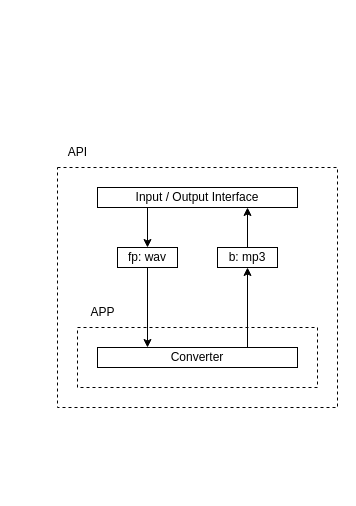
ames0k0/TP--Audio-File-Converter keeps this draw.io diagram as page "API" (2 of 3) of _readme/Diagram.drawio. Above is the earlier version. Source tidied: cells renumbered, new cells numbered last; positions are measured from the earlier drawing's top-left corner, leaving out a move shared by most shapes. Both pictures are drawn from the tidied source at 100%, with x=0, y=0 at pixel (57, 137).
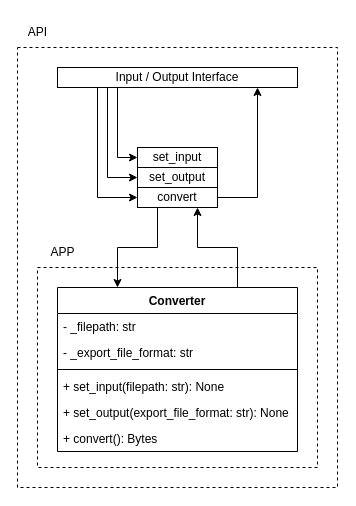
Above is the later version.

Commit message (it also covers changes not shown here):
api: Updated `Converter()`, `*.drawio.*`

The edit, as a diff of the source:
```diff
@@
     <mxCell id="2" style="endArrow=none;dashed=1;html=1;rounded=0;" parent="1" edge="1">
       <mxGeometry relative="1" as="geometry">
-        <mxPoint y="30" as="sourcePoint" />
-        <mxPoint y="30" as="targetPoint" />
+        <mxPoint x="-40" y="-90" as="sourcePoint" />
+        <mxPoint x="-40" y="-90" as="targetPoint" />
         <Array as="points">
-          <mxPoint x="141" y="30" />
-          <mxPoint x="280" y="30" />
-          <mxPoint x="280" y="270" />
-          <mxPoint y="270" />
-          <mxPoint y="150" />
+          <mxPoint x="280" y="-90" />
+          <mxPoint x="280" y="350" />
+          <mxPoint x="120" y="350" />
+          <mxPoint x="-40" y="350" />
         </Array>
       </mxGeometry>
     </mxCell>
     <mxCell id="3" value="API" style="text;html=1;align=center;verticalAlign=middle;strokeColor=none;fillColor=none;" parent="1" vertex="1">
-      <mxGeometry width="40" height="30" as="geometry" />
+      <mxGeometry x="-40" y="-120" width="40" height="30" as="geometry" />
     </mxCell>
-    <mxCell id="4" style="edgeStyle=orthogonalEdgeStyle;rounded=0;jettySize=auto;html=1;exitX=0.75;exitY=0;exitDx=0;exitDy=0;" parent="1" edge="1" source="5" target="7">
-      <mxGeometry relative="1" as="geometry" />
-    </mxCell>
-    <mxCell id="5" value="Converter" style="whiteSpace=wrap;html=1;" parent="1" vertex="1">
-      <mxGeometry x="40" y="210" width="200" height="20" as="geometry" />
-    </mxCell>
+    <mxCell id="14" style="edgeStyle=orthogonalEdgeStyle;rounded=0;jettySize=auto;html=1;exitX=0.25;exitY=1;exitDx=0;exitDy=0;entryX=0.25;entryY=0;entryDx=0;entryDy=0;" parent="1" edge="1" source="7" target="5">
+      <mxGeometry relative="1" as="geometry" />
+    </mxCell>
-    <mxCell id="6" style="edgeStyle=orthogonalEdgeStyle;rounded=0;jettySize=auto;html=1;entryX=0.75;entryY=1;entryDx=0;entryDy=0;" parent="1" edge="1" source="7" target="9">
-      <mxGeometry relative="1" as="geometry" />
+    <mxCell id="6" style="edgeStyle=orthogonalEdgeStyle;rounded=0;jettySize=auto;html=1;" parent="1" edge="1" source="7" target="9">
+      <mxGeometry relative="1" as="geometry">
+        <Array as="points">
+          <mxPoint x="200" y="60" />
+        </Array>
+      </mxGeometry>
     </mxCell>
-    <mxCell id="7" value="b: mp3" style="whiteSpace=wrap;html=1;" parent="1" vertex="1">
-      <mxGeometry x="160" y="110" width="60" height="20" as="geometry" />
+    <mxCell id="7" value="convert" style="whiteSpace=wrap;html=1;" parent="1" vertex="1">
+      <mxGeometry x="80" y="50" width="80" height="20" as="geometry" />
     </mxCell>
-    <mxCell id="8" style="edgeStyle=orthogonalEdgeStyle;rounded=0;jettySize=auto;html=1;exitX=0.25;exitY=1;exitDx=0;exitDy=0;" parent="1" edge="1" source="9" target="11">
-      <mxGeometry relative="1" as="geometry" />
+    <mxCell id="8" style="edgeStyle=orthogonalEdgeStyle;rounded=0;jettySize=auto;html=1;" parent="1" edge="1" source="9" target="11">
+      <mxGeometry relative="1" as="geometry">
+        <Array as="points">
+          <mxPoint x="60" y="20" />
+        </Array>
+      </mxGeometry>
     </mxCell>
+    <mxCell id="15" style="edgeStyle=orthogonalEdgeStyle;rounded=0;jettySize=auto;html=1;" parent="1" edge="1" source="9" target="23">
+      <mxGeometry relative="1" as="geometry">
+        <Array as="points">
+          <mxPoint x="50" y="40" />
+        </Array>
+      </mxGeometry>
+    </mxCell>
+    <mxCell id="16" style="edgeStyle=orthogonalEdgeStyle;rounded=0;jettySize=auto;html=1;" parent="1" edge="1" source="9" target="7">
+      <mxGeometry relative="1" as="geometry">
+        <Array as="points">
+          <mxPoint x="40" y="60" />
+        </Array>
+      </mxGeometry>
+    </mxCell>
     <mxCell id="9" value="Input / Output&amp;nbsp;&lt;span style=&quot;background-color: transparent; color: light-dark(rgb(0, 0, 0), rgb(255, 255, 255));&quot;&gt;Interface&lt;/span&gt;" style="whiteSpace=wrap;html=1;" parent="1" vertex="1">
-      <mxGeometry x="40" y="50" width="200" height="20" as="geometry" />
+      <mxGeometry y="-70" width="240" height="20" as="geometry" />
     </mxCell>
-    <mxCell id="10" style="edgeStyle=orthogonalEdgeStyle;rounded=0;jettySize=auto;html=1;entryX=0.25;entryY=0;entryDx=0;entryDy=0;" parent="1" edge="1" source="11" target="5">
-      <mxGeometry relative="1" as="geometry" />
-    </mxCell>
-    <mxCell id="11" value="fp: wav" style="whiteSpace=wrap;html=1;" parent="1" vertex="1">
-      <mxGeometry x="60" y="110" width="60" height="20" as="geometry" />
+    <mxCell id="11" value="set_input" style="whiteSpace=wrap;html=1;" parent="1" vertex="1">
+      <mxGeometry x="80" y="10" width="80" height="20" as="geometry" />
     </mxCell>
     <mxCell id="12" style="endArrow=none;dashed=1;html=1;rounded=0;" parent="1" edge="1">
       <mxGeometry relative="1" as="geometry">
-        <mxPoint x="20" y="190" as="sourcePoint" />
-        <mxPoint x="20" y="190" as="targetPoint" />
+        <mxPoint x="-20" y="130" as="sourcePoint" />
+        <mxPoint x="-20" y="130" as="targetPoint" />
         <Array as="points">
-          <mxPoint x="140" y="190" />
-          <mxPoint x="260" y="190" />
-          <mxPoint x="260" y="250" />
-          <mxPoint x="20" y="250" />
+          <mxPoint x="120" y="130" />
+          <mxPoint x="260" y="130" />
+          <mxPoint x="260" y="330" />
+          <mxPoint x="-20" y="330" />
         </Array>
       </mxGeometry>
     </mxCell>
     <mxCell id="13" value="APP" style="text;html=1;align=center;verticalAlign=middle;strokeColor=none;fillColor=none;" parent="1" vertex="1">
-      <mxGeometry x="20" y="160" width="50" height="30" as="geometry" />
+      <mxGeometry x="-20" y="100" width="50" height="30" as="geometry" />
     </mxCell>
+    <mxCell id="4" style="edgeStyle=orthogonalEdgeStyle;rounded=0;jettySize=auto;html=1;exitX=0.75;exitY=0;exitDx=0;exitDy=0;entryX=0.75;entryY=1;entryDx=0;entryDy=0;" parent="1" edge="1" source="5" target="7">
+      <mxGeometry relative="1" as="geometry" />
+    </mxCell>
+    <mxCell id="5" value="Converter" style="swimlane;fontStyle=1;align=center;verticalAlign=top;horizontal=1;startSize=26;whiteSpace=wrap;html=1;" parent="1" vertex="1">
+      <mxGeometry y="150" width="240" height="164" as="geometry" />
+    </mxCell>
+    <mxCell id="17" value="- _filepath: str" style="text;strokeColor=none;fillColor=none;align=left;verticalAlign=top;spacingLeft=4;spacingRight=4;overflow=hidden;whiteSpace=wrap;html=1;" parent="5" vertex="1">
+      <mxGeometry y="26" width="240" height="26" as="geometry" />
+    </mxCell>
+    <mxCell id="18" value="- _export_file_format: str" style="text;strokeColor=none;fillColor=none;align=left;verticalAlign=top;spacingLeft=4;spacingRight=4;overflow=hidden;whiteSpace=wrap;html=1;" parent="5" vertex="1">
+      <mxGeometry y="52" width="240" height="26" as="geometry" />
+    </mxCell>
+    <mxCell id="19" style="line;strokeWidth=1;fillColor=none;align=left;verticalAlign=middle;spacingTop=-1;spacingLeft=3;spacingRight=3;labelPosition=right;strokeColor=inherit;" parent="5" vertex="1">
+      <mxGeometry y="78" width="240" height="8" as="geometry" />
+    </mxCell>
+    <mxCell id="20" value="+ set_input(filepath: str): None" style="text;strokeColor=none;fillColor=none;align=left;verticalAlign=top;spacingLeft=4;spacingRight=4;overflow=hidden;whiteSpace=wrap;html=1;" parent="5" vertex="1">
+      <mxGeometry y="86" width="240" height="26" as="geometry" />
+    </mxCell>
+    <mxCell id="21" value="+ set_output(export_file_format: str): None" style="text;strokeColor=none;fillColor=none;align=left;verticalAlign=top;spacingLeft=4;spacingRight=4;overflow=hidden;whiteSpace=wrap;html=1;" parent="5" vertex="1">
+      <mxGeometry y="112" width="240" height="26" as="geometry" />
+    </mxCell>
+    <mxCell id="22" value="+ convert(): Bytes" style="text;strokeColor=none;fillColor=none;align=left;verticalAlign=top;spacingLeft=4;spacingRight=4;overflow=hidden;whiteSpace=wrap;html=1;" parent="5" vertex="1">
+      <mxGeometry y="138" width="240" height="26" as="geometry" />
+    </mxCell>
+    <mxCell id="23" value="set_output" style="whiteSpace=wrap;html=1;" parent="1" vertex="1">
+      <mxGeometry x="80" y="30" width="80" height="20" as="geometry" />
+    </mxCell>
```
